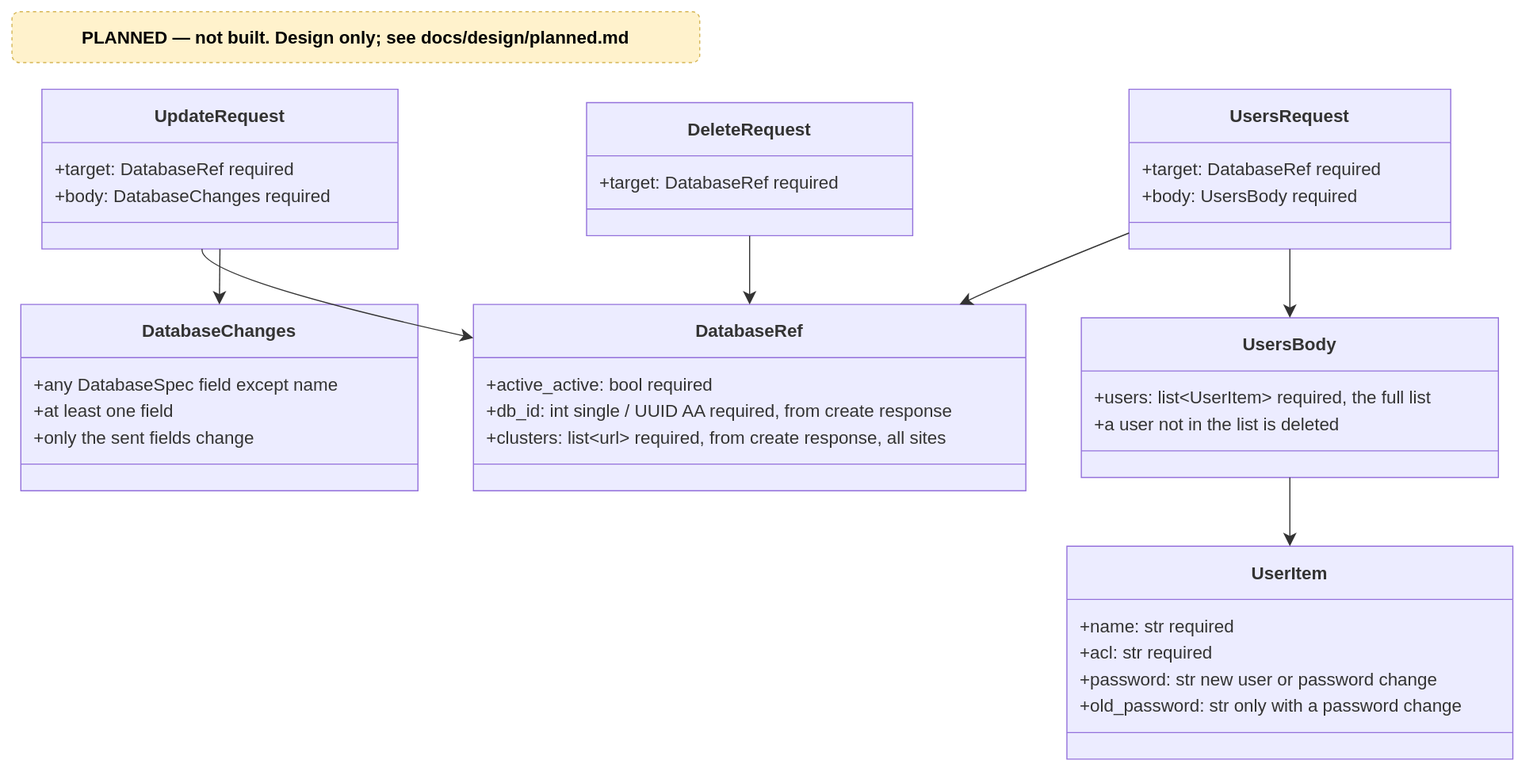
EliShteinman/redis-enterprise-services keeps this draw.io diagram as docs/diagrams/planned/p6-api-models-edit.drawio.svg. Above is the earlier version. Source tidied: cells renumbered, new cells last; positions are measured from the earlier drawing's top-left corner, leaving out a move shared by most shapes.
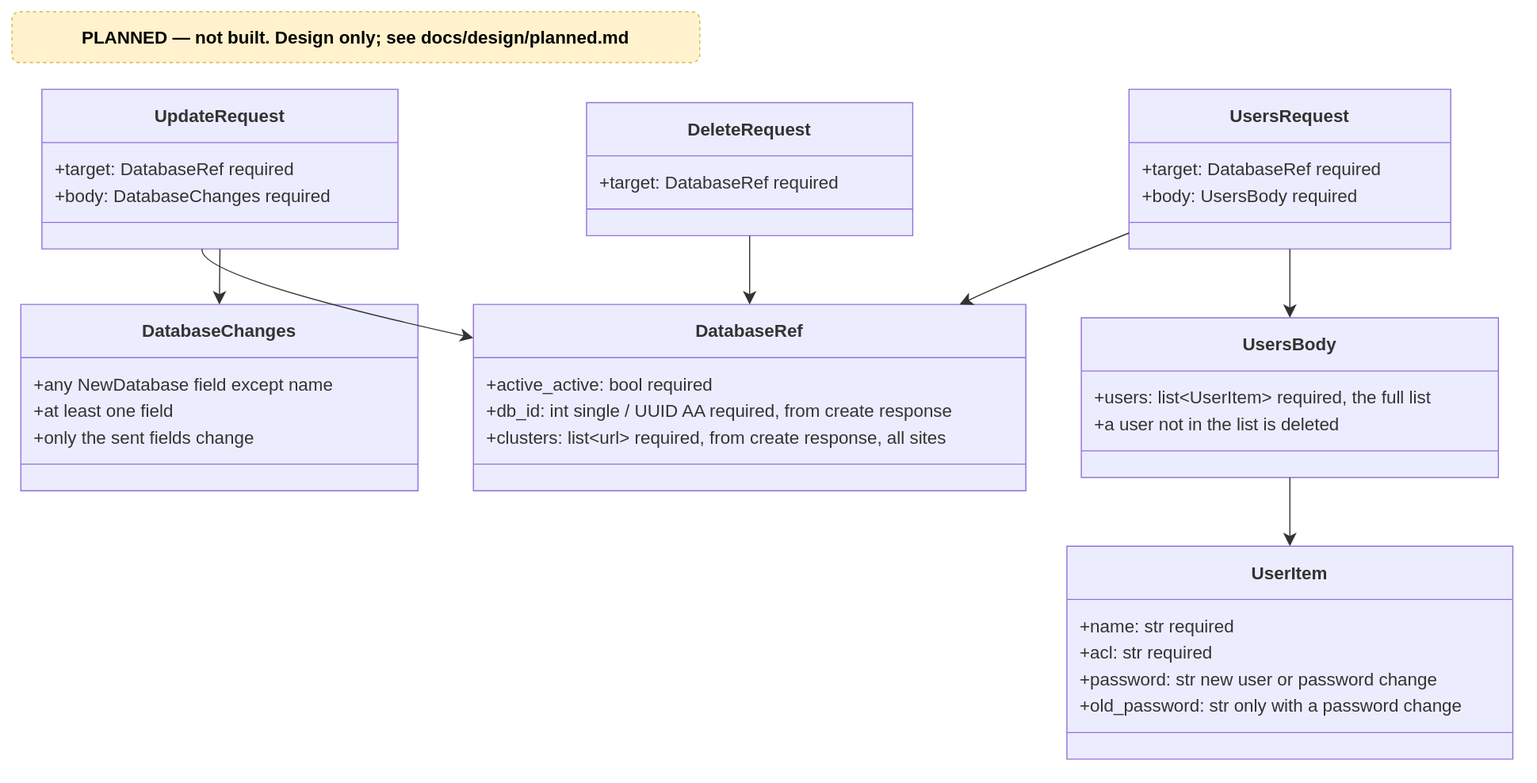
After the commit.

Diff of the diagram source:
```diff
@@ -53,7 +53,7 @@
     <mxCell id="18" value="&lt;b&gt;DatabaseChanges&lt;/b&gt;" style="swimlane;html=1;fontStyle=1;fontSize=16;align=center;verticalAlign=middle;horizontal=1;startSize=48;swimlaneFillColor=light-dark(#ECECFF,#1f2020);whiteSpace=wrap;fillColor=light-dark(#ECECFF,#1f2020);strokeColor=light-dark(#9370DB,#cccccc);fontColor=light-dark(#333333,#cccccc);fontFamily=Trebuchet MS,Verdana,Arial,sans-serif;" parent="1" vertex="1">
       <mxGeometry x="8" y="264" width="358" height="168" as="geometry" />
     </mxCell>
-    <mxCell id="19" value="+any DatabaseSpec field except name" style="text;fontSize=16;strokeColor=none;fillColor=none;align=left;verticalAlign=middle;spacingLeft=10;spacingRight=12;spacingBottom=2;overflow=hidden;fontFamily=Trebuchet MS,Verdana,Arial,sans-serif;fontColor=light-dark(#333333,#cccccc);" parent="18" vertex="1">
+    <mxCell id="19" value="+any NewDatabase field except name" style="text;fontSize=16;strokeColor=none;fillColor=none;align=left;verticalAlign=middle;spacingLeft=10;spacingRight=12;spacingBottom=2;overflow=hidden;fontFamily=Trebuchet MS,Verdana,Arial,sans-serif;fontColor=light-dark(#333333,#cccccc);" parent="18" vertex="1">
       <mxGeometry y="60" width="358" height="24" as="geometry" />
     </mxCell>
     <mxCell id="20" value="+at least one field" style="text;fontSize=16;strokeColor=none;fillColor=none;align=left;verticalAlign=middle;spacingLeft=10;spacingRight=12;spacingBottom=2;overflow=hidden;fontFamily=Trebuchet MS,Verdana,Arial,sans-serif;fontColor=light-dark(#333333,#cccccc);" parent="18" vertex="1">
```
